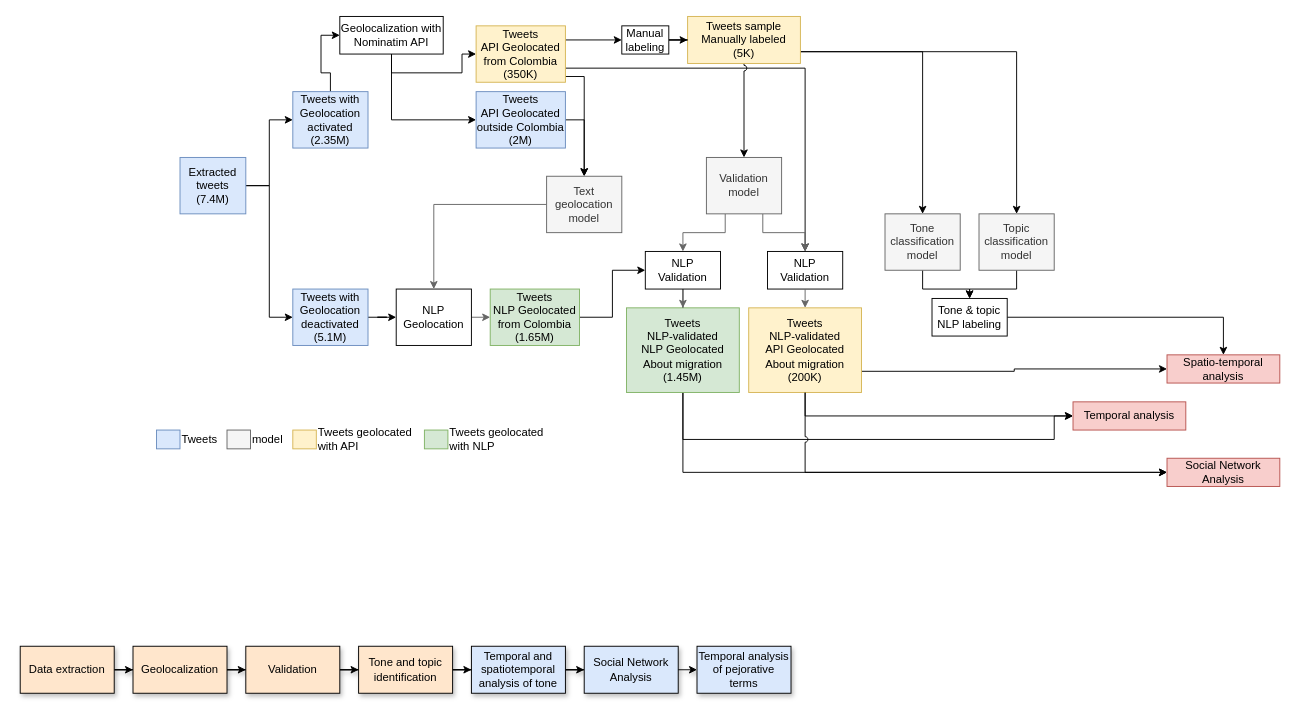
Earlier version of the draw.io diagram docs/methodology.drawio (ODU-Storymodelers/twitter_analysis_col). Source tidied: cells renumbered, new cells numbered last; positions are measured from the earlier drawing's top-left corner, leaving out a move shared by most shapes. Both pictures are drawn from the tidied source at 94%, with x=0, y=0 at pixel (20, 16).
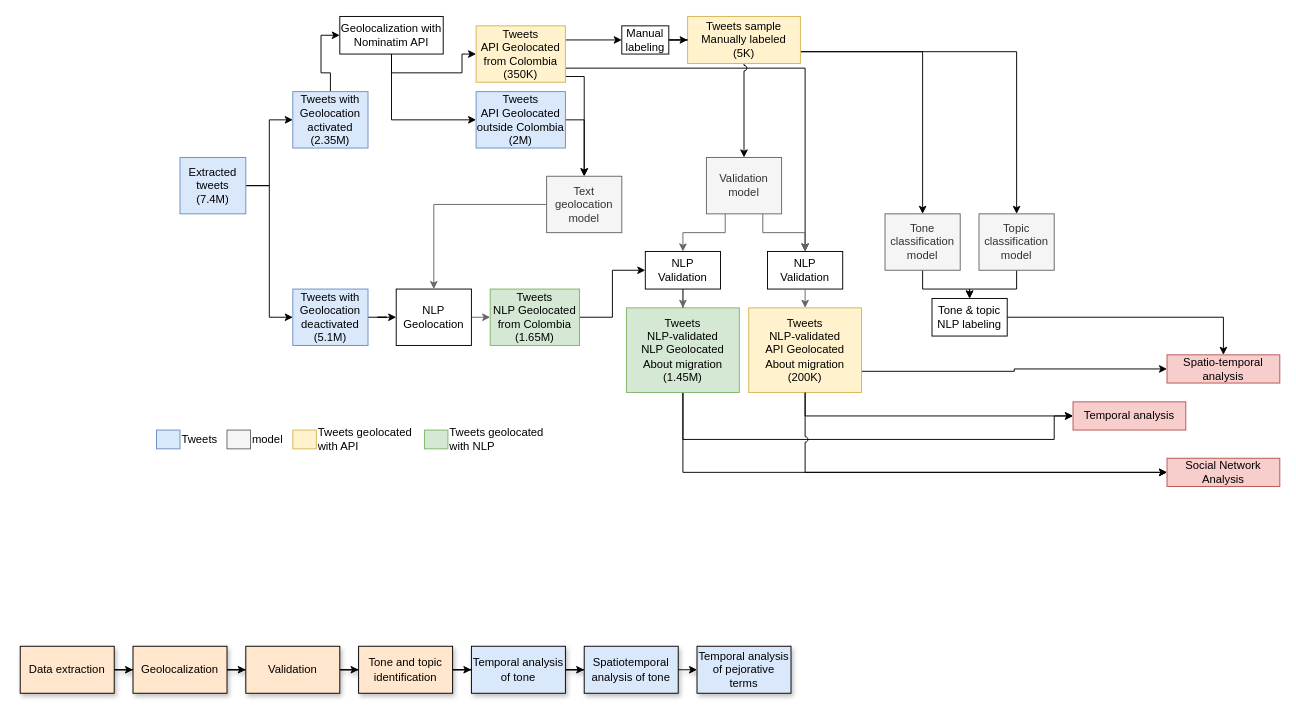
Above is the later version.

Change to the diagram source:
```diff
@@
-    <mxCell id="64" value="&lt;div&gt;Temporal and spatiotemporal analysis of tone&lt;/div&gt;" style="rounded=0;whiteSpace=wrap;html=1;fillColor=#dae8fc;strokeColor=#000000;fontFamily=Helvetica;fixDash=0;shadow=1;backgroundOutline=0;enumerate=0;comic=0;" parent="1" vertex="1">
+    <mxCell id="64" value="&lt;div&gt;Temporal analysis of tone&lt;/div&gt;" style="rounded=0;whiteSpace=wrap;html=1;fillColor=#dae8fc;strokeColor=#000000;fontFamily=Helvetica;fixDash=0;shadow=1;backgroundOutline=0;enumerate=0;comic=0;" parent="1" vertex="1">
       <mxGeometry x="480" y="670" width="100" height="50" as="geometry" />
     </mxCell>
-    <mxCell id="65" value="&lt;div&gt;Social Network Analysis&lt;/div&gt;" style="rounded=0;whiteSpace=wrap;html=1;fillColor=#dae8fc;strokeColor=#000000;fontFamily=Helvetica;fixDash=0;shadow=1;backgroundOutline=0;enumerate=0;comic=0;" parent="1" vertex="1">
+    <mxCell id="65" value="Spatiotemporal analysis of tone" style="rounded=0;whiteSpace=wrap;html=1;fillColor=#dae8fc;strokeColor=#000000;fontFamily=Helvetica;fixDash=0;shadow=1;backgroundOutline=0;enumerate=0;comic=0;" parent="1" vertex="1">
       <mxGeometry x="600" y="670" width="100" height="50" as="geometry" />
     </mxCell>
```
